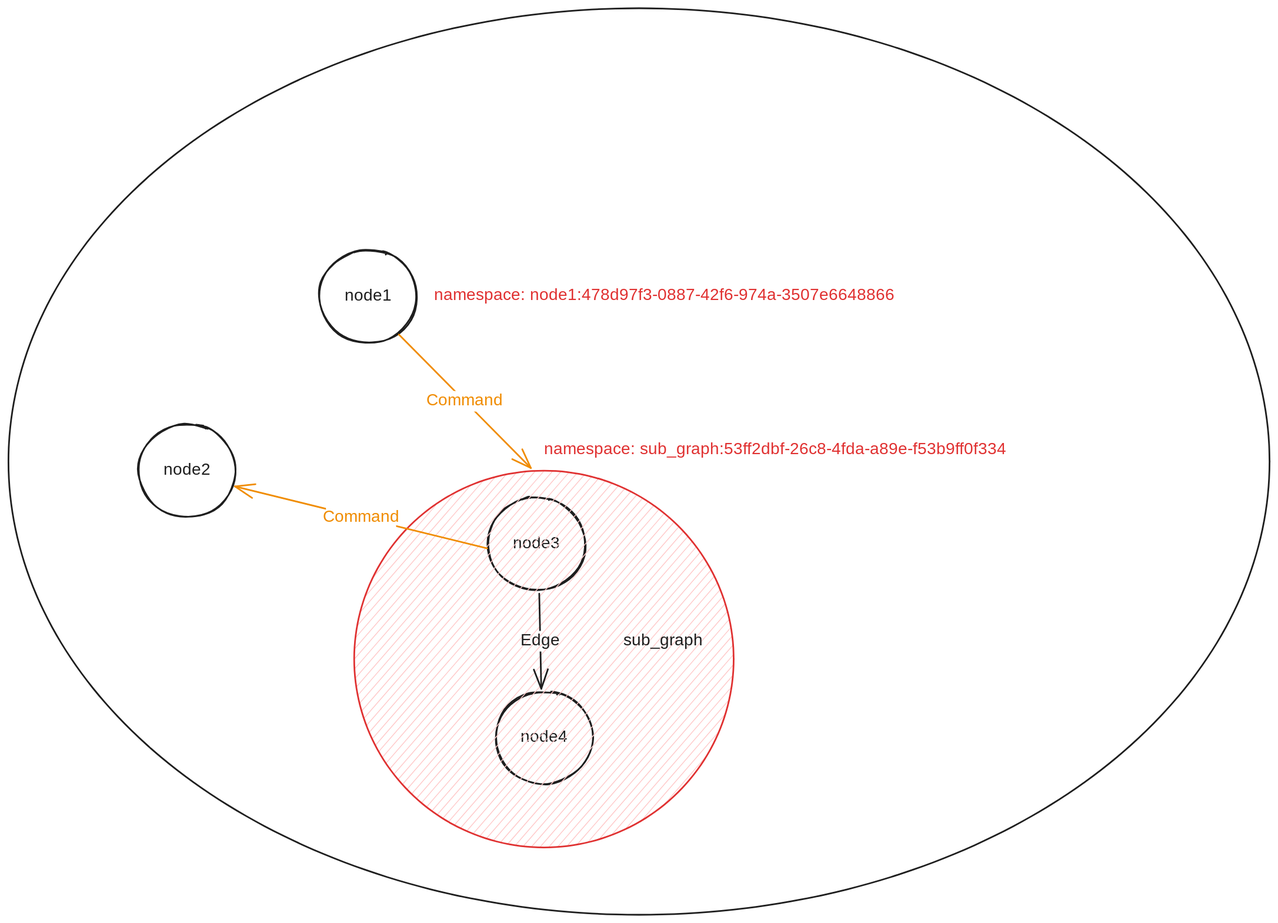
theo1893/theo1893.github.io keeps this Excalidraw diagram as source/_posts/LangGraphDynamicRoute2/loop_2.svg. Above is the earlier version. Source tidied: one line per element, renumbered; positions are measured from the earlier drawing's top-left corner, leaving out a move shared by most shapes. The source it was exported from:
```json
{"id": 0, "type": "ellipse", "strokeColor": "#1e1e1e", "strokeWidth": 2, "roughness": 1, "round": true, "x": 378, "y": 293, "width": 118, "height": 113}
{"id": 1, "type": "text", "text": "node1", "strokeColor": "#1e1e1e", "backgroundColor": "#d0bfff", "fillStyle": "solid", "strokeWidth": 2, "roughness": 1, "fontSize": 20, "fontFamily": 5, "textAlign": "center", "verticalAlign": "middle", "inside": 0, "x": 410, "y": 337, "width": 54, "height": 25}
{"id": 2, "type": "ellipse", "strokeColor": "#1e1e1e", "strokeWidth": 2, "roughness": 1, "round": true, "x": 158, "y": 505, "width": 118, "height": 113}
{"id": 3, "type": "text", "text": "node2", "strokeColor": "#1e1e1e", "backgroundColor": "#d0bfff", "fillStyle": "solid", "strokeWidth": 2, "roughness": 1, "fontSize": 20, "fontFamily": 5, "textAlign": "center", "verticalAlign": "middle", "inside": 2, "x": 187, "y": 549, "width": 59, "height": 25}
{"id": 4, "type": "ellipse", "strokeColor": "#1e1e1e", "strokeWidth": 2, "roughness": 1, "round": true, "x": 582, "y": 594, "width": 118, "height": 113}
{"id": 5, "type": "text", "text": "node3", "strokeColor": "#1e1e1e", "backgroundColor": "#d0bfff", "fillStyle": "solid", "strokeWidth": 2, "roughness": 1, "fontSize": 20, "fontFamily": 5, "textAlign": "center", "verticalAlign": "middle", "inside": 4, "x": 612, "y": 638, "width": 58, "height": 25}
{"id": 6, "type": "ellipse", "strokeColor": "#1e1e1e", "strokeWidth": 2, "roughness": 1, "round": true, "x": 591, "y": 829, "width": 118, "height": 113}
{"id": 7, "type": "text", "text": "node4", "strokeColor": "#1e1e1e", "backgroundColor": "#d0bfff", "fillStyle": "solid", "strokeWidth": 2, "roughness": 1, "fontSize": 20, "fontFamily": 5, "textAlign": "center", "verticalAlign": "middle", "inside": 6, "x": 622, "y": 874, "width": 57, "height": 25}
{"id": 8, "type": "ellipse", "strokeColor": "#e03131", "backgroundColor": "#ffc9c9", "fillStyle": "hachure", "strokeWidth": 2, "roughness": 0, "round": true, "x": 420, "y": 562, "width": 461, "height": 458}
{"id": 9, "type": "arrow", "strokeColor": "#1e1e1e", "strokeWidth": 2, "roughness": 0, "endArrowhead": "arrow", "round": true, "from": 4, "to": 6, "x": 645, "y": 711, "width": 2, "height": 115, "points": [[0, 0], [2, 115]]}
{"id": 10, "type": "text", "text": "Edge", "strokeColor": "#1e1e1e", "strokeWidth": 2, "roughness": 0, "fontSize": 20, "fontFamily": 5, "textAlign": "center", "verticalAlign": "middle", "inside": 9, "x": 600, "y": 707, "width": 48, "height": 25}
{"id": 11, "type": "arrow", "strokeColor": "#f08c00", "strokeWidth": 2, "roughness": 0, "endArrowhead": "arrow", "round": true, "from": 0, "to": 8, "x": 474, "y": 396, "width": 160, "height": 162, "points": [[0, 0], [160, 162]]}
{"id": 12, "type": "text", "text": "Command", "strokeColor": "#f08c00", "strokeWidth": 2, "roughness": 0, "fontSize": 20, "fontFamily": 5, "textAlign": "center", "verticalAlign": "middle", "inside": 11, "x": 517, "y": 488, "width": 85, "height": 25}
{"id": 13, "type": "text", "text": "sub_graph", "strokeColor": "#1e1e1e", "strokeWidth": 2, "roughness": 0, "fontSize": 20, "fontFamily": 5, "x": 747, "y": 756, "width": 98, "height": 25}
{"id": 14, "type": "arrow", "strokeColor": "#f08c00", "strokeWidth": 2, "roughness": 0, "endArrowhead": "arrow", "round": true, "from": 4, "to": 2, "x": 581, "y": 656, "width": 306, "height": 75, "points": [[0, 0], [-306, -75]]}
{"id": 15, "type": "text", "text": "Command", "strokeColor": "#f08c00", "strokeWidth": 2, "roughness": 0, "fontSize": 20, "fontFamily": 5, "textAlign": "center", "verticalAlign": "middle", "inside": 14, "x": 326, "y": 642, "width": 85, "height": 25}
{"id": 16, "type": "ellipse", "strokeColor": "#1e1e1e", "strokeWidth": 2, "roughness": 0, "round": true, "x": 0, "y": 0, "width": 1532, "height": 1101}
{"id": 17, "type": "text", "text": "namespace: node1:478d97f3-0887-42f6-974a-3507e6648866", "strokeColor": "#e03131", "backgroundColor": "#ffc9c9", "fillStyle": "cross-hatch", "strokeWidth": 2, "roughness": 0, "fontSize": 20, "fontFamily": 5, "x": 517, "y": 337, "width": 592, "height": 25}
{"id": 18, "type": "text", "text": "namespace: sub_graph:53ff2dbf-26c8-4fda-a89e-f53b9ff0f334", "strokeColor": "#e03131", "strokeWidth": 2, "roughness": 0, "fontSize": 20, "fontFamily": 5, "x": 650, "y": 524, "width": 617, "height": 25}
```
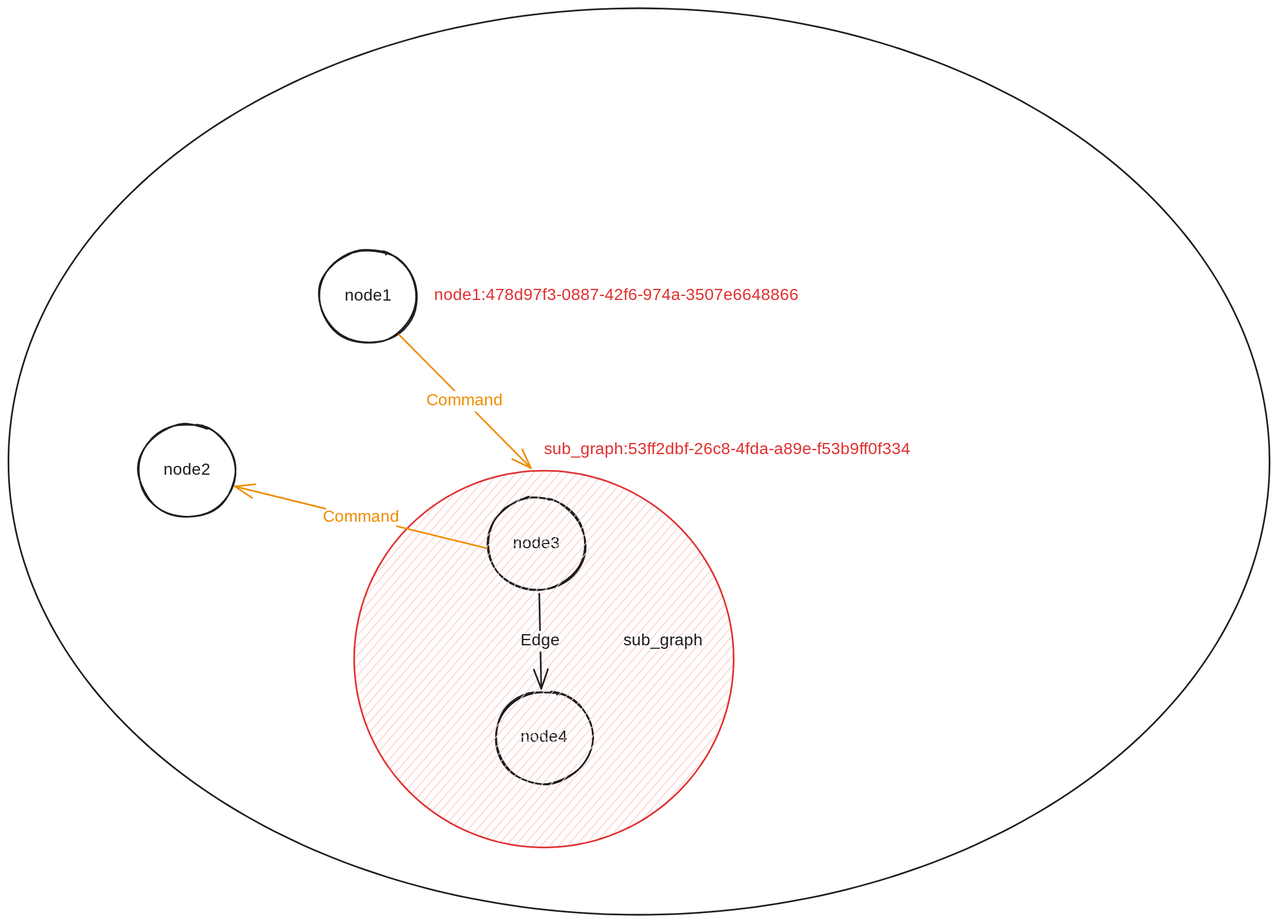
The same diagram one commit later.

Diff of the diagram source:
```diff
@@ -15,5 +15,5 @@
 {"id": 14, "type": "arrow", "strokeColor": "#f08c00", "strokeWidth": 2, "roughness": 0, "endArrowhead": "arrow", "round": true, "from": 4, "to": 2, "x": 581, "y": 656, "width": 306, "height": 75, "points": [[0, 0], [-306, -75]]}
 {"id": 15, "type": "text", "text": "Command", "strokeColor": "#f08c00", "strokeWidth": 2, "roughness": 0, "fontSize": 20, "fontFamily": 5, "textAlign": "center", "verticalAlign": "middle", "inside": 14, "x": 326, "y": 642, "width": 85, "height": 25}
 {"id": 16, "type": "ellipse", "strokeColor": "#1e1e1e", "strokeWidth": 2, "roughness": 0, "round": true, "x": 0, "y": 0, "width": 1532, "height": 1101}
-{"id": 17, "type": "text", "text": "namespace: node1:478d97f3-0887-42f6-974a-3507e6648866", "strokeColor": "#e03131", "backgroundColor": "#ffc9c9", "fillStyle": "cross-hatch", "strokeWidth": 2, "roughness": 0, "fontSize": 20, "fontFamily": 5, "x": 517, "y": 337, "width": 592, "height": 25}
+{"id": 17, "type": "text", "text": "node1:478d97f3-0887-42f6-974a-3507e6648866", "strokeColor": "#e03131", "backgroundColor": "#ffc9c9", "fillStyle": "cross-hatch", "strokeWidth": 2, "roughness": 0, "fontSize": 20, "fontFamily": 5, "x": 517, "y": 337, "width": 479, "height": 25}
-{"id": 18, "type": "text", "text": "namespace: sub_graph:53ff2dbf-26c8-4fda-a89e-f53b9ff0f334", "strokeColor": "#e03131", "strokeWidth": 2, "roughness": 0, "fontSize": 20, "fontFamily": 5, "x": 650, "y": 524, "width": 617, "height": 25}
+{"id": 18, "type": "text", "text": "sub_graph:53ff2dbf-26c8-4fda-a89e-f53b9ff0f334", "strokeColor": "#e03131", "strokeWidth": 2, "roughness": 0, "fontSize": 20, "fontFamily": 5, "x": 650, "y": 524, "width": 504, "height": 25}
```
